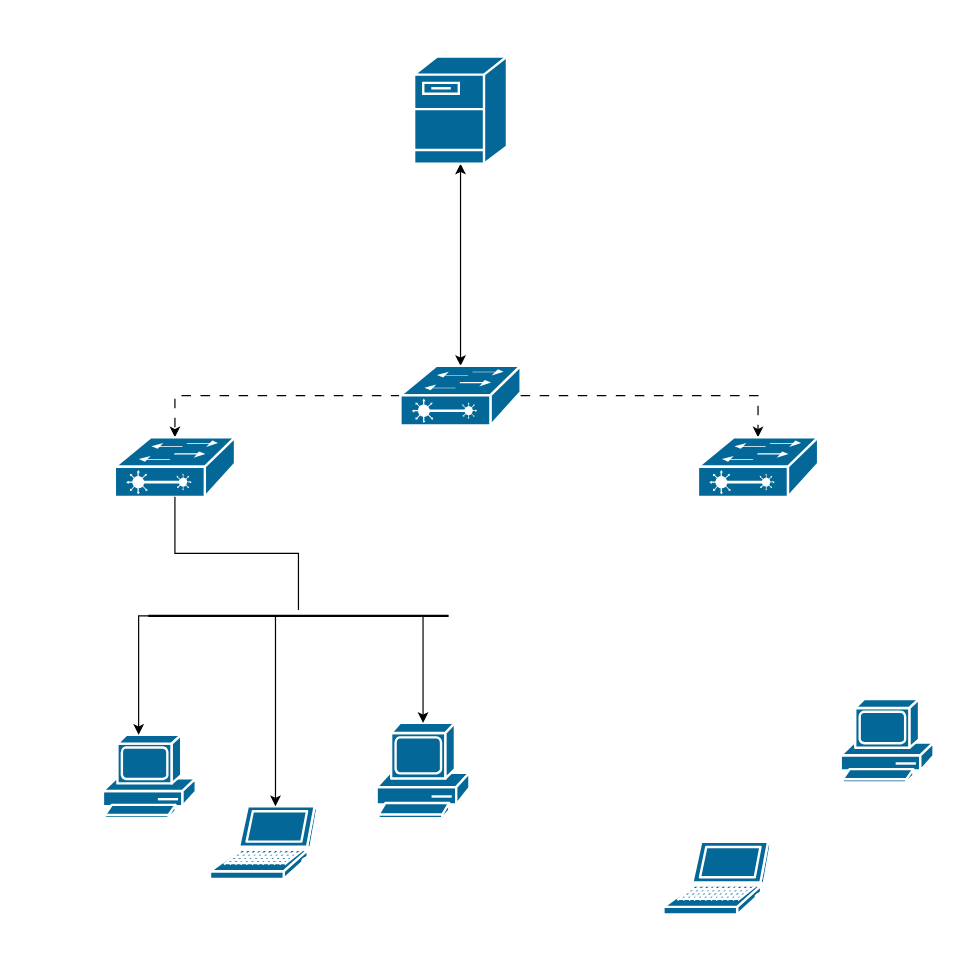
raphaellanglois05-cmyk/test keeps this draw.io diagram as page "Page-2" (2 of 5) of Diagramme sans nom.drawio. Above is the earlier version. Source tidied: cells renumbered, new cells numbered last; positions are measured from the earlier drawing's top-left corner, leaving out a move shared by most shapes. Both pictures are drawn from the tidied source at 119%, with x=0, y=0 at pixel (102, 56).
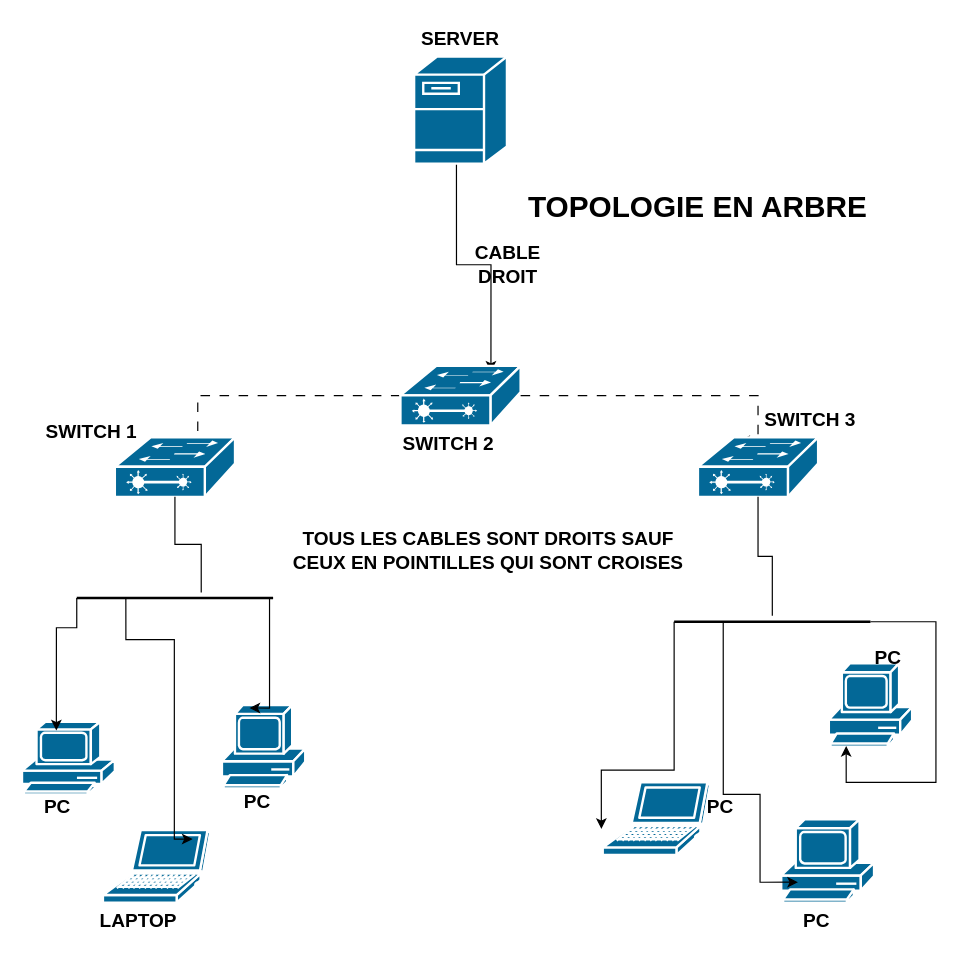
Above is the later version.

Commit message:
Mettre à jour Diagramme sans nom.drawio

The change refers to these unchanged cells:
```xml
<mxCell id="3" style="strokeColor=#ffffff;sketch=0;html=1;dashed=0;fillColor=#036897;strokeWidth=2;verticalLabelPosition=bottom;verticalAlign=top;align=center;outlineConnect=0;shape=mxgraph.cisco.servers.fileserver;labelPerimeter=1;" parent="1" vertex="1">
  <mxGeometry x="261.5" width="78" height="90" as="geometry" />
</mxCell>
<mxCell id="6" style="strokeColor=#ffffff;sketch=0;html=1;dashed=0;fillColor=#036897;strokeWidth=2;verticalLabelPosition=bottom;verticalAlign=top;align=center;outlineConnect=0;shape=mxgraph.cisco.switches.layer_2_remote_switch;labelPerimeter=1;" parent="1" vertex="1">
  <mxGeometry x="250" y="260" width="101" height="50" as="geometry" />
</mxCell>
<mxCell id="7" style="strokeColor=#ffffff;sketch=0;html=1;dashed=0;fillColor=#036897;strokeWidth=2;verticalLabelPosition=bottom;verticalAlign=top;align=center;outlineConnect=0;shape=mxgraph.cisco.switches.layer_2_remote_switch;labelPerimeter=1;" parent="1" vertex="1">
  <mxGeometry x="500" y="320" width="101" height="50" as="geometry" />
</mxCell>
<mxCell id="13" style="strokeColor=#ffffff;sketch=0;html=1;dashed=0;fillColor=#036897;strokeWidth=2;verticalLabelPosition=bottom;verticalAlign=top;align=center;outlineConnect=0;shape=mxgraph.cisco.switches.layer_2_remote_switch;labelPerimeter=1;" parent="1" vertex="1">
  <mxGeometry x="10" y="320" width="101" height="50" as="geometry" />
</mxCell>
```

The edit, as a diff of the source:
```diff
@@
-    <mxCell id="2" style="edgeStyle=orthogonalEdgeStyle;rounded=0;jettySize=auto;html=1;defaultLabelBackgroundColor=page;startArrow=classic;startFill=1;" parent="1" edge="1" source="3" target="6">
-      <mxGeometry relative="1" as="geometry" />
+    <mxCell id="2" style="edgeStyle=orthogonalEdgeStyle;rounded=0;jettySize=auto;html=1;defaultLabelBackgroundColor=page;startArrow=classic;startFill=1;exitX=0.456;exitY=0.882;exitDx=0;exitDy=0;exitPerimeter=0;entryX=0.753;entryY=0.097;entryDx=0;entryDy=0;entryPerimeter=0;" parent="1" edge="1" source="3" target="6">
+      <mxGeometry x="-0.08" relative="1" as="geometry" />
     </mxCell>
@@
-    <mxCell id="4" style="edgeStyle=orthogonalEdgeStyle;rounded=0;jettySize=auto;html=1;exitX=1;exitY=0.5;exitDx=0;exitDy=0;exitPerimeter=0;defaultLabelBackgroundColor=page;dashed=1;dashPattern=8 8;" parent="1" edge="1" source="6" target="7">
-      <mxGeometry relative="1" as="geometry">
+    <mxCell id="4" style="edgeStyle=orthogonalEdgeStyle;rounded=0;jettySize=auto;html=1;exitX=1;exitY=0.5;exitDx=0;exitDy=0;exitPerimeter=0;defaultLabelBackgroundColor=page;dashed=1;dashPattern=8 8;entryX=0.344;entryY=0.057;entryDx=0;entryDy=0;entryPerimeter=0;" parent="1" edge="1" source="6" target="7">
+      <mxGeometry x="-0.08" relative="1" as="geometry">
         <Array as="points">
           <mxPoint x="550.5" y="285" />
+          <mxPoint x="550.5" y="322.9" />
         </Array>
       </mxGeometry>
     </mxCell>
-    <mxCell id="5" style="edgeStyle=orthogonalEdgeStyle;rounded=0;jettySize=auto;html=1;exitX=0;exitY=0.5;exitDx=0;exitDy=0;exitPerimeter=0;defaultLabelBackgroundColor=page;dashed=1;dashPattern=8 8;" parent="1" edge="1" source="6" target="13">
+    <mxCell id="5" style="edgeStyle=orthogonalEdgeStyle;rounded=0;jettySize=auto;html=1;exitX=0;exitY=0.5;exitDx=0;exitDy=0;exitPerimeter=0;defaultLabelBackgroundColor=page;dashed=1;dashPattern=8 8;entryX=0.69;entryY=0.375;entryDx=0;entryDy=0;entryPerimeter=0;" parent="1" edge="1" source="6" target="13">
       <mxGeometry relative="1" as="geometry" />
     </mxCell>
@@
-    <mxCell id="8" style="sketch=0;html=1;dashed=0;fillColor=#036897;strokeColor=#ffffff;strokeWidth=2;verticalLabelPosition=bottom;verticalAlign=top;align=center;shape=mxgraph.cisco.computers_and_peripherals.laptop;labelPerimeter=1;" parent="1" vertex="1">
-      <mxGeometry x="471" y="660" width="90" height="61" as="geometry" />
-    </mxCell>
     <mxCell id="9" style="sketch=0;html=1;dashed=0;fillColor=#036897;strokeColor=#ffffff;strokeWidth=2;verticalLabelPosition=bottom;verticalAlign=top;align=center;outlineConnect=0;shape=mxgraph.cisco.computers_and_peripherals.pc;labelPerimeter=1;" parent="1" vertex="1">
-      <mxGeometry y="570" width="78" height="70" as="geometry" />
+      <mxGeometry x="-68" y="559" width="78" height="61" as="geometry" />
     </mxCell>
-    <mxCell id="10" style="sketch=0;html=1;dashed=0;fillColor=#036897;strokeColor=#ffffff;strokeWidth=2;verticalLabelPosition=bottom;verticalAlign=top;align=center;shape=mxgraph.cisco.computers_and_peripherals.pc;labelPerimeter=1;" parent="1" vertex="1">
-      <mxGeometry x="620" y="540" width="78" height="70" as="geometry" />
-    </mxCell>
     <mxCell id="11" style="sketch=0;html=1;dashed=0;fillColor=#036897;strokeColor=#ffffff;strokeWidth=2;verticalLabelPosition=bottom;verticalAlign=top;align=center;outlineConnect=0;shape=mxgraph.cisco.computers_and_peripherals.pc;labelPerimeter=1;" parent="1" vertex="1">
-      <mxGeometry x="230" y="560" width="78" height="80" as="geometry" />
+      <mxGeometry x="100" y="545" width="70" height="70" as="geometry" />
     </mxCell>
     <mxCell id="12" style="sketch=0;html=1;dashed=0;fillColor=#036897;strokeColor=#ffffff;strokeWidth=2;verticalLabelPosition=bottom;verticalAlign=top;align=center;outlineConnect=0;shape=mxgraph.cisco.computers_and_peripherals.laptop;labelPerimeter=1;" parent="1" vertex="1">
-      <mxGeometry x="90" y="630" width="90" height="61" as="geometry" />
+      <mxGeometry y="650" width="90" height="61" as="geometry" />
     </mxCell>
@@
-    <mxCell id="14" style="edgeStyle=orthogonalEdgeStyle;rounded=0;jettySize=auto;html=1;exitX=0.5;exitY=1;exitDx=0;exitDy=0;exitPerimeter=0;defaultLabelBackgroundColor=page;endArrow=none;endFill=0;" parent="1" edge="1" source="13" target="17">
-      <mxGeometry x="0.01" relative="1" as="geometry" />
+    <mxCell id="14" style="edgeStyle=orthogonalEdgeStyle;rounded=0;jettySize=auto;html=1;exitX=0.5;exitY=1;exitDx=0;exitDy=0;exitPerimeter=0;defaultLabelBackgroundColor=page;endArrow=none;endFill=0;entryX=0.634;entryY=0.036;entryDx=0;entryDy=0;entryPerimeter=0;" parent="1" edge="1" source="13" target="17">
+      <mxGeometry x="-0.22" relative="1" as="geometry" />
     </mxCell>
-    <mxCell id="15" style="edgeStyle=orthogonalEdgeStyle;rounded=0;jettySize=auto;html=1;exitX=0;exitY=0.5;exitDx=0;exitDy=0;exitPerimeter=0;defaultLabelBackgroundColor=page;" parent="1" edge="1" source="17" target="9">
-      <mxGeometry relative="1" as="geometry">
+    <mxCell id="15" style="edgeStyle=orthogonalEdgeStyle;rounded=0;jettySize=auto;html=1;exitX=0;exitY=0.5;exitDx=0;exitDy=0;exitPerimeter=0;defaultLabelBackgroundColor=page;entryX=0.37;entryY=0.12;entryDx=0;entryDy=0;entryPerimeter=0;" parent="1" edge="1" source="17" target="9">
+      <mxGeometry x="0.01" relative="1" as="geometry">
         <Array as="points">
-          <mxPoint x="30" y="470" />
+          <mxPoint x="-22" y="480" />
+          <mxPoint x="-39.1" y="480" />
         </Array>
       </mxGeometry>
     </mxCell>
-    <mxCell id="16" style="edgeStyle=orthogonalEdgeStyle;rounded=0;jettySize=auto;html=1;exitX=0.25;exitY=0.5;exitDx=0;exitDy=0;exitPerimeter=0;defaultLabelBackgroundColor=page;" parent="1" edge="1" source="17" target="12">
-      <mxGeometry relative="1" as="geometry">
+    <mxCell id="16" style="edgeStyle=orthogonalEdgeStyle;rounded=0;jettySize=auto;html=1;exitX=0.25;exitY=0.5;exitDx=0;exitDy=0;exitPerimeter=0;defaultLabelBackgroundColor=page;entryX=0.837;entryY=0.125;entryDx=0;entryDy=0;entryPerimeter=0;" parent="1" edge="1" source="17" target="12">
+      <mxGeometry x="-0.09" relative="1" as="geometry">
         <Array as="points">
-          <mxPoint x="145" y="470" />
+          <mxPoint x="19.3" y="490" />
+          <mxPoint x="60" y="490" />
+          <mxPoint x="60" y="657.6" />
         </Array>
       </mxGeometry>
     </mxCell>
     <mxCell id="17" style="line;strokeWidth=2;html=1;" parent="1" vertex="1">
-      <mxGeometry x="38" y="465" width="252.5" height="10" as="geometry" />
+      <mxGeometry x="-22" y="450" width="165" height="10" as="geometry" />
     </mxCell>
-    <mxCell id="18" style="edgeStyle=orthogonalEdgeStyle;rounded=0;jettySize=auto;html=1;exitX=0.75;exitY=0.5;exitDx=0;exitDy=0;exitPerimeter=0;entryX=0.5;entryY=0;entryDx=0;entryDy=0;entryPerimeter=0;defaultLabelBackgroundColor=page;" parent="1" edge="1" source="17" target="11">
-      <mxGeometry relative="1" as="geometry">
+    <mxCell id="18" style="edgeStyle=orthogonalEdgeStyle;rounded=0;jettySize=auto;html=1;exitX=0.75;exitY=0.5;exitDx=0;exitDy=0;exitPerimeter=0;defaultLabelBackgroundColor=page;entryX=0.331;entryY=0.035;entryDx=0;entryDy=0;entryPerimeter=0;" parent="1" edge="1" source="17" target="11">
+      <mxGeometry x="0.26" relative="1" as="geometry">
         <Array as="points">
-          <mxPoint x="269" y="470" />
+          <mxPoint x="140" y="455" />
+          <mxPoint x="140" y="547.5" />
         </Array>
       </mxGeometry>
     </mxCell>
+    <mxCell id="19" style="sketch=0;html=1;dashed=0;fillColor=#036897;strokeColor=#ffffff;strokeWidth=2;verticalLabelPosition=bottom;verticalAlign=top;align=center;outlineConnect=0;shape=mxgraph.cisco.computers_and_peripherals.pc;labelPerimeter=1;" parent="1" vertex="1">
+      <mxGeometry x="570" y="641" width="78" height="70" as="geometry" />
+    </mxCell>
+    <mxCell id="20" style="sketch=0;html=1;dashed=0;fillColor=#036897;strokeColor=#ffffff;strokeWidth=2;verticalLabelPosition=bottom;verticalAlign=top;align=center;outlineConnect=0;shape=mxgraph.cisco.computers_and_peripherals.pc;labelPerimeter=1;" parent="1" vertex="1">
+      <mxGeometry x="610" y="510" width="70" height="70" as="geometry" />
+    </mxCell>
+    <mxCell id="21" style="sketch=0;html=1;dashed=0;fillColor=#036897;strokeColor=#ffffff;strokeWidth=2;verticalLabelPosition=bottom;verticalAlign=top;align=center;outlineConnect=0;shape=mxgraph.cisco.computers_and_peripherals.laptop;labelPerimeter=1;" parent="1" vertex="1">
+      <mxGeometry x="420" y="610" width="90" height="61" as="geometry" />
+    </mxCell>
+    <mxCell id="22" style="edgeStyle=orthogonalEdgeStyle;rounded=0;jettySize=auto;html=1;defaultLabelBackgroundColor=page;endArrow=none;endFill=0;exitX=0.5;exitY=1;exitDx=0;exitDy=0;exitPerimeter=0;" parent="1" edge="1" source="7" target="23">
+      <mxGeometry x="0.01" relative="1" as="geometry" />
+    </mxCell>
+    <mxCell id="23" style="line;strokeWidth=2;html=1;" parent="1" vertex="1">
+      <mxGeometry x="480" y="470" width="165" height="10" as="geometry" />
+    </mxCell>
+    <mxCell id="24" style="edgeStyle=orthogonalEdgeStyle;rounded=0;jettySize=auto;html=1;exitX=1;exitY=0.5;exitDx=0;exitDy=0;exitPerimeter=0;defaultLabelBackgroundColor=page;entryX=0.208;entryY=0.991;entryDx=0;entryDy=0;entryPerimeter=0;" parent="1" edge="1" source="23" target="20">
+      <mxGeometry x="-0.16" relative="1" as="geometry">
+        <Array as="points">
+          <mxPoint x="700" y="475" />
+          <mxPoint x="700" y="610" />
+          <mxPoint x="624.6" y="610" />
+        </Array>
+      </mxGeometry>
+    </mxCell>
+    <mxCell id="25" value="PC" style="text;html=1;whiteSpace=wrap;strokeColor=none;fillColor=none;align=center;verticalAlign=middle;rounded=0;fontSize=16;fontStyle=1;" parent="1" vertex="1">
+      <mxGeometry x="489" y="615" width="60" height="30" as="geometry" />
+    </mxCell>
+    <mxCell id="26" value="PC" style="text;html=1;whiteSpace=wrap;strokeColor=none;fillColor=none;align=center;verticalAlign=middle;rounded=0;fontSize=16;fontStyle=1;" parent="1" vertex="1">
+      <mxGeometry x="630" y="490" width="60" height="30" as="geometry" />
+    </mxCell>
+    <mxCell id="27" value="PC" style="text;html=1;whiteSpace=wrap;strokeColor=none;fillColor=none;align=center;verticalAlign=middle;rounded=0;fontSize=16;fontStyle=1;" parent="1" vertex="1">
+      <mxGeometry x="100" y="611" width="60" height="30" as="geometry" />
+    </mxCell>
+    <mxCell id="28" value="LAPTOP" style="text;html=1;whiteSpace=wrap;strokeColor=none;fillColor=none;align=center;verticalAlign=middle;rounded=0;fontSize=16;fontStyle=1;" parent="1" vertex="1">
+      <mxGeometry y="711" width="60" height="30" as="geometry" />
+    </mxCell>
+    <mxCell id="29" value="PC" style="text;html=1;whiteSpace=wrap;strokeColor=none;fillColor=none;align=center;verticalAlign=middle;rounded=0;fontSize=16;fontStyle=1;" parent="1" vertex="1">
+      <mxGeometry x="-68" y="615" width="60" height="30" as="geometry" />
+    </mxCell>
+    <mxCell id="30" value="PC" style="text;html=1;whiteSpace=wrap;strokeColor=none;fillColor=none;align=center;verticalAlign=middle;rounded=0;fontSize=16;fontStyle=1;" parent="1" vertex="1">
+      <mxGeometry x="570" y="711" width="60" height="30" as="geometry" />
+    </mxCell>
+    <mxCell id="31" value="SWITCH 3" style="text;html=1;whiteSpace=wrap;strokeColor=none;fillColor=none;align=center;verticalAlign=middle;rounded=0;fontSize=16;fontStyle=1;" parent="1" vertex="1">
+      <mxGeometry x="544" y="290" width="101" height="30" as="geometry" />
+    </mxCell>
+    <mxCell id="32" value="SWITCH 2" style="text;html=1;whiteSpace=wrap;strokeColor=none;fillColor=none;align=center;verticalAlign=middle;rounded=0;fontSize=16;fontStyle=1;" parent="1" vertex="1">
+      <mxGeometry x="240" y="310" width="101" height="30" as="geometry" />
+    </mxCell>
+    <mxCell id="33" value="SWITCH 1" style="text;html=1;whiteSpace=wrap;strokeColor=none;fillColor=none;align=center;verticalAlign=middle;rounded=0;fontSize=16;fontStyle=1;" parent="1" vertex="1">
+      <mxGeometry x="-60" y="300" width="101" height="30" as="geometry" />
+    </mxCell>
+    <mxCell id="34" value="SERVER" style="text;html=1;whiteSpace=wrap;strokeColor=none;fillColor=none;align=center;verticalAlign=middle;rounded=0;fontSize=16;fontStyle=1;" parent="1" vertex="1">
+      <mxGeometry x="250" y="-30" width="101" height="30" as="geometry" />
+    </mxCell>
+    <mxCell id="35" value="CABLE DROIT" style="text;html=1;whiteSpace=wrap;strokeColor=none;fillColor=none;align=center;verticalAlign=middle;rounded=0;fontSize=16;fontStyle=1;" parent="1" vertex="1">
+      <mxGeometry x="290" y="160" width="101" height="30" as="geometry" />
+    </mxCell>
+    <mxCell id="36" value="TOUS LES CABLES SONT DROITS SAUF CEUX EN POINTILLES QUI SONT CROISES" style="text;html=1;whiteSpace=wrap;strokeColor=none;fillColor=none;align=center;verticalAlign=middle;rounded=0;fontSize=16;fontStyle=1;" parent="1" vertex="1">
+      <mxGeometry x="148" y="400" width="351.5" height="30" as="geometry" />
+    </mxCell>
+    <mxCell id="37" style="edgeStyle=orthogonalEdgeStyle;rounded=0;jettySize=auto;html=1;exitX=0;exitY=0.5;exitDx=0;exitDy=0;exitPerimeter=0;defaultLabelBackgroundColor=page;entryX=-0.013;entryY=0.64;entryDx=0;entryDy=0;entryPerimeter=0;" parent="1" edge="1" source="23" target="21">
+      <mxGeometry x="-0.31" relative="1" as="geometry">
+        <Array as="points">
+          <mxPoint x="480" y="599.6" />
+          <mxPoint x="418.8" y="599.6" />
+        </Array>
+      </mxGeometry>
+    </mxCell>
+    <mxCell id="38" style="edgeStyle=orthogonalEdgeStyle;rounded=0;jettySize=auto;html=1;exitX=0.25;exitY=0.5;exitDx=0;exitDy=0;exitPerimeter=0;defaultLabelBackgroundColor=page;entryX=0.18;entryY=0.755;entryDx=0;entryDy=0;entryPerimeter=0;" parent="1" edge="1" source="23" target="19">
+      <mxGeometry x="0.14" relative="1" as="geometry">
+        <Array as="points">
+          <mxPoint x="521.3" y="620" />
+          <mxPoint x="552.2" y="620" />
+          <mxPoint x="552.2" y="693.9" />
+        </Array>
+      </mxGeometry>
+    </mxCell>
+    <mxCell id="39" value="TOPOLOGIE EN ARBRE" style="text;html=1;whiteSpace=wrap;strokeColor=none;fillColor=none;align=center;verticalAlign=middle;rounded=0;fontSize=25;fontStyle=1;" parent="1" vertex="1">
+      <mxGeometry x="324" y="110" width="351.5" height="30" as="geometry" />
+    </mxCell>
```
